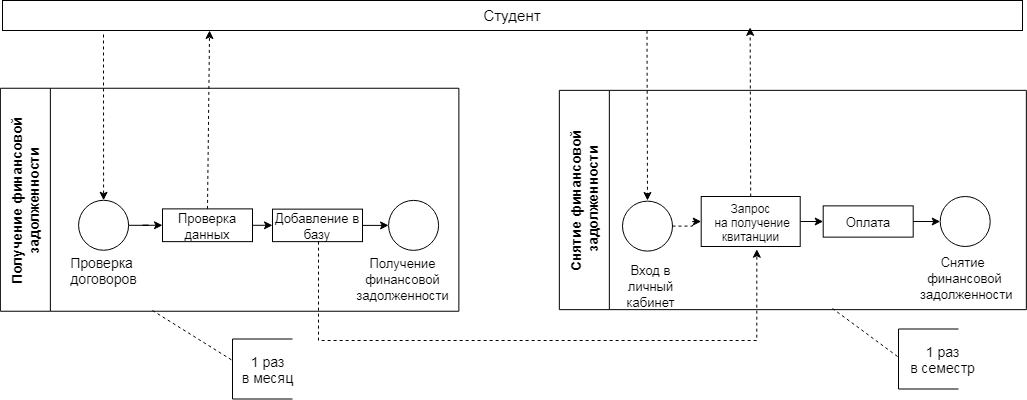
The draw.io diagram Diagrams/Диаграмма BPWIN.png in DariaSovukh/VKR, before a commit. Source tidied: cells renumbered, new cells last; positions are measured from the earlier drawing's top-left corner, leaving out a move shared by most shapes.
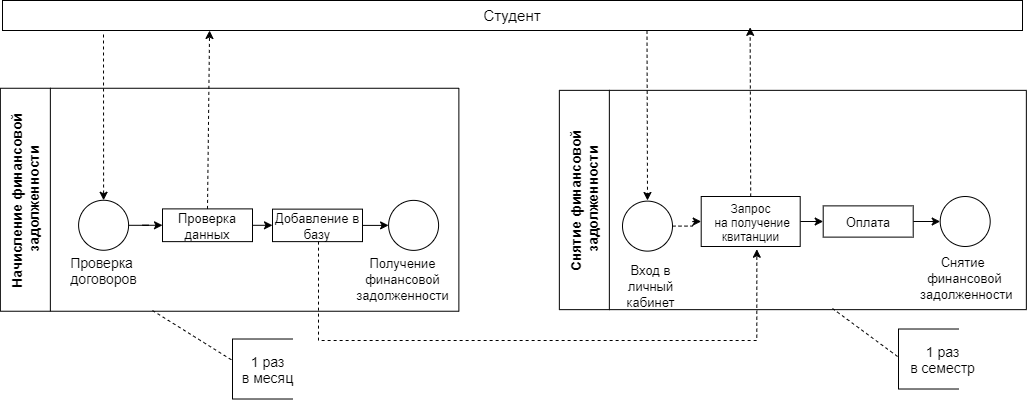
Above is the later version.

Diff of the diagram source:
```diff
@@ -40,7 +40,7 @@
         <mxPoint x="66.9" y="60.8" as="targetPoint" />
       </mxGeometry>
     </mxCell>
-    <mxCell id="13" value="Получение финансовой &#10;задолженности" style="swimlane;rotation=-90;startSize=50;fontSize=14;" parent="1" vertex="1">
+    <mxCell id="13" value="Начисление финансовой&#10; задолженности" style="swimlane;rotation=-90;startSize=50;fontSize=14;" parent="1" vertex="1">
       <mxGeometry x="115.6" y="4" width="223" height="458.5" as="geometry" />
     </mxCell>
     <mxCell id="14" style="edgeStyle=orthogonalEdgeStyle;rounded=0;jettySize=auto;html=1;entryX=0;entryY=0.5;entryDx=0;entryDy=0;fontSize=14;" parent="13" edge="1" source="15" target="17">
```
